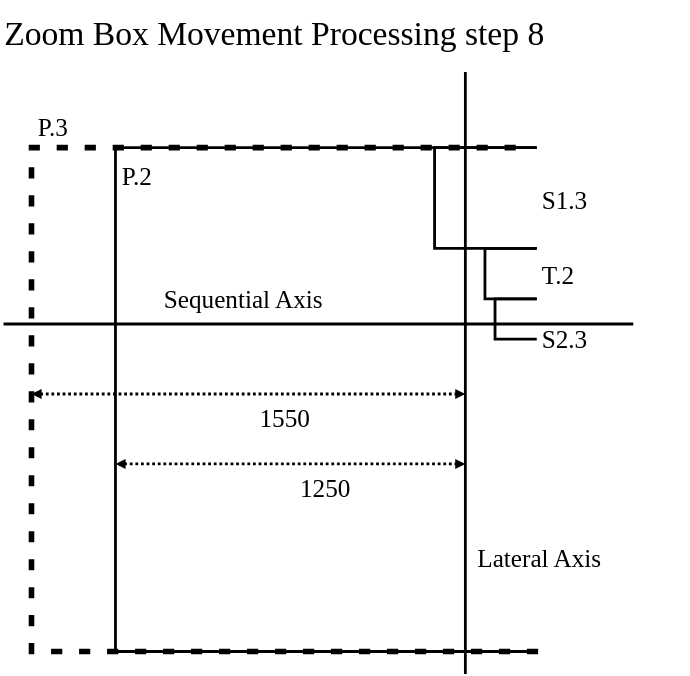
The draw.io diagram documents/Specification/07ZoomBoxMovement/MoveProcessing08.svg in dasher-project/dasher-web, before a commit. Source tidied: cells renumbered, new cells last; positions are measured from the earlier drawing's top-left corner, leaving out a move shared by most shapes.
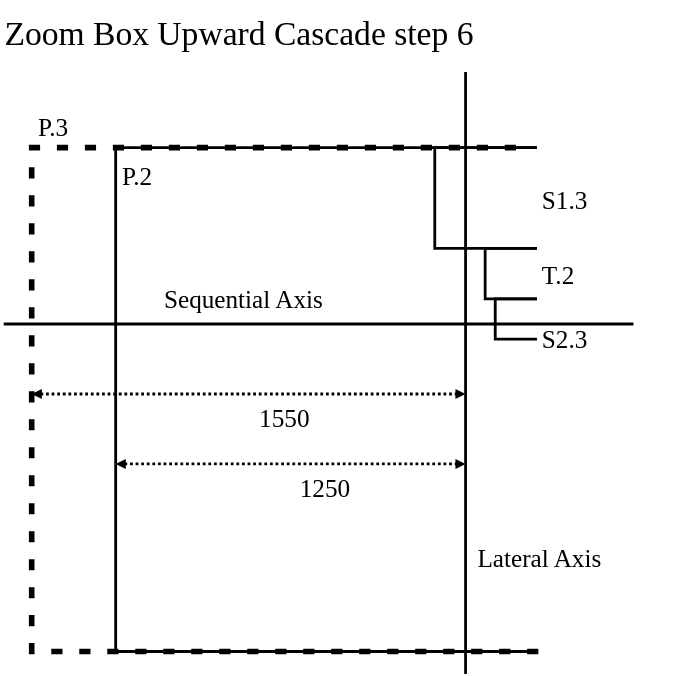
After the change.

Change to the diagram source:
```diff
@@ -2,7 +2,7 @@
   <root>
     <mxCell id="0" />
     <mxCell id="1" parent="0" />
-    <mxCell id="2" value="Zoom Box Movement Processing step 8" style="rounded=0;shadow=0;comic=0;labelBackgroundColor=none;strokeWidth=2;fillColor=none;fontFamily=Verdana;fontSize=24;align=left;arcSize=20;spacingTop=0;spacingLeft=0;spacing=2;spacingBottom=0;spacingRight=0;strokeColor=none;" parent="1" vertex="1">
+    <mxCell id="2" value="Zoom Box Upward Cascade step 6" style="rounded=0;shadow=0;comic=0;labelBackgroundColor=none;strokeWidth=2;fillColor=none;fontFamily=Verdana;fontSize=24;align=left;arcSize=20;spacingTop=0;spacingLeft=0;spacing=2;spacingBottom=0;spacingRight=0;strokeColor=none;" parent="1" vertex="1">
       <mxGeometry width="490" height="40" as="geometry" />
     </mxCell>
     <mxCell id="3" value="Lateral Axis" style="endArrow=none;fontSize=18;strokeWidth=2;endFill=0;endSize=10;labelBackgroundColor=none;spacingTop=0;align=left;rounded=0;elbow=vertical;fontFamily=Verdana;startArrow=none;startFill=0;spacing=9;verticalAlign=bottom;" parent="1" edge="1">
```
